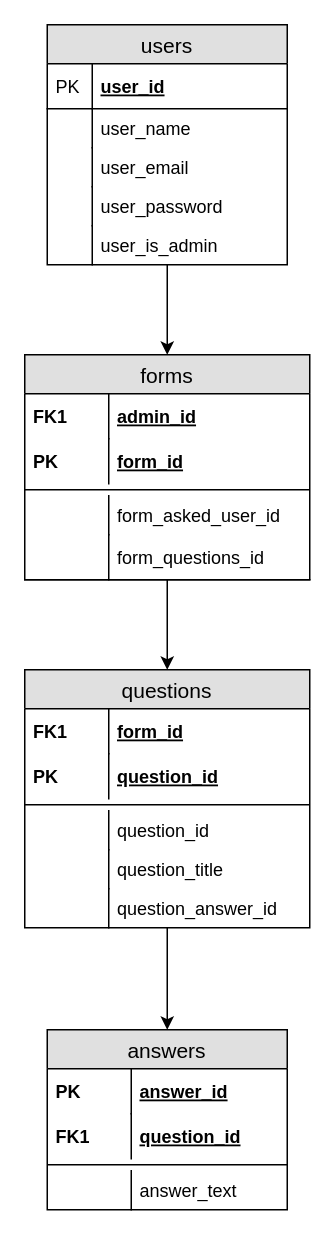
Earlier version of the draw.io diagram tablePlan.drawio (jakabij/FormManagingService). Source tidied: cells renumbered, new cells numbered last; positions are measured from the earlier drawing's top-left corner, leaving out a move shared by most shapes. Both pictures are drawn from the tidied source at 150%, with x=0, y=0 at pixel (24, 24).
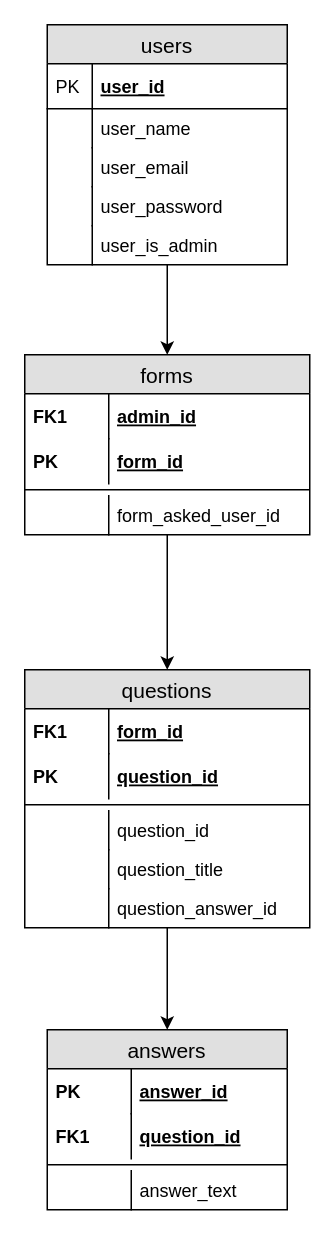
After the change.

Commit message (it also covers changes not shown here):
Form and question addings ready. Sending to users is on the way

What changed in the source:
```diff
@@
     <mxCell id="15" value="forms" style="swimlane;fontStyle=0;horizontal=1;startSize=26;fillColor=#e0e0e0;swimlaneFillColor=#ffffff;align=center;fontSize=14;" parent="1" vertex="1">
-      <mxGeometry y="220" width="190" height="150" as="geometry" />
+      <mxGeometry y="220" width="190" height="120" as="geometry" />
     </mxCell>
@@
-    <mxCell id="23" value="form_questions_id" style="shape=partialRectangle;top=0;left=0;right=0;bottom=1;align=left;verticalAlign=middle;fillColor=none;spacingLeft=60;spacingRight=4;overflow=hidden;fontStyle=0;fontSize=12;" parent="15" vertex="1">
-      <mxGeometry y="120" width="190" height="30" as="geometry" />
-    </mxCell>
-    <mxCell id="24" style="shape=partialRectangle;fontStyle=0;top=0;left=0;bottom=0;fillColor=none;align=left;verticalAlign=middle;spacingLeft=4;spacingRight=4;overflow=hidden;fontSize=12;" parent="23" vertex="1">
-      <mxGeometry width="56" height="30" as="geometry" />
-    </mxCell>
```
